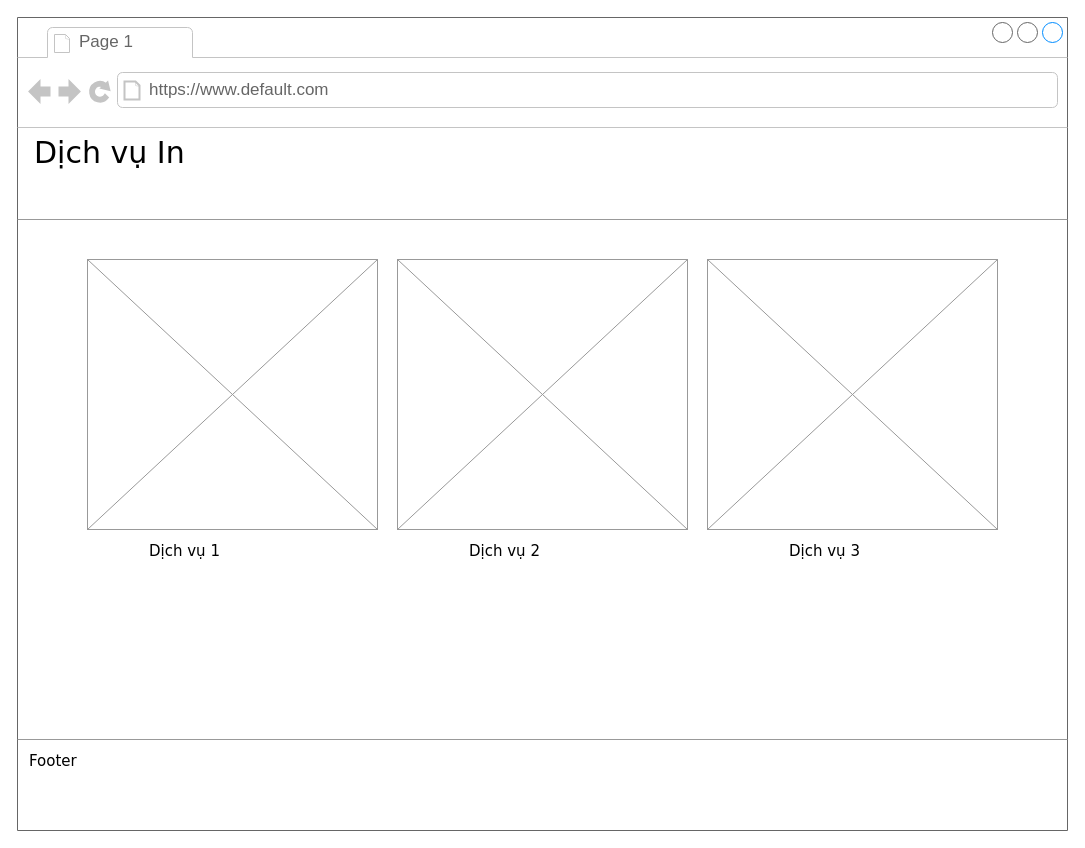
The draw.io diagram page "Trang: DS DV In" (4 of 7) of in123.vn/LayOut_in123.drawio in DzungHg/PHPProjects, before the edit. Source tidied: cells renumbered, new cells numbered last; positions are measured from the earlier drawing's top-left corner, leaving out a move shared by most shapes. Both pictures are drawn from the tidied source at 100%, with x=0, y=0 at pixel (17, 17).
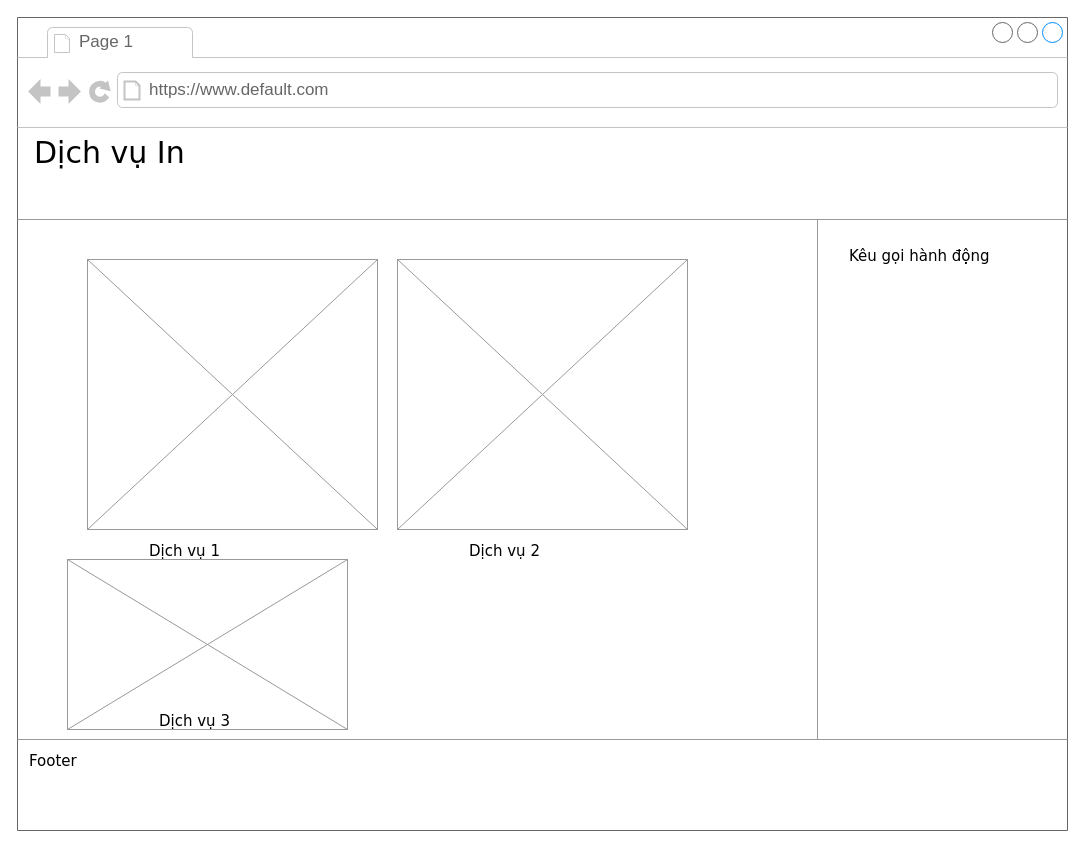
The same page after the edit.

Diff of the diagram source:
```diff
@@
 <mxGraphModel>
   <root>
     <mxCell id="0" />
     <mxCell id="1" parent="0" />
     <mxCell id="2" style="strokeWidth=1;shadow=0;dashed=0;align=center;html=1;shape=mxgraph.mockup.containers.browserWindow;rSize=0;fillColor=#ffffff;strokeColor=#666666;mainText=,;rounded=0;labelBackgroundColor=none;fontFamily=Verdana;fontSize=12;fontColor=#000000;" parent="1" vertex="1">
       <mxGeometry width="1050" height="813" as="geometry" />
     </mxCell>
     <mxCell id="3" value="Page 1" style="strokeWidth=1;shadow=0;dashed=0;align=center;html=1;shape=mxgraph.mockup.containers.anchor;fontSize=17;fontColor=#666666;align=left;" parent="1" vertex="1">
       <mxGeometry x="60" y="12" width="110" height="26" as="geometry" />
     </mxCell>
     <mxCell id="4" value="https://www.default.com" style="strokeWidth=1;shadow=0;dashed=0;align=center;html=1;shape=mxgraph.mockup.containers.anchor;rSize=0;fontSize=17;fontColor=#666666;align=left;" parent="1" vertex="1">
       <mxGeometry x="130" y="60" width="250" height="26" as="geometry" />
     </mxCell>
     <mxCell id="5" value="Dịch vụ In" style="text;html=1;align=left;verticalAlign=top;spacingTop=-4;fontSize=30;fontFamily=Verdana;fontColor=#000000;" parent="1" vertex="1">
       <mxGeometry x="15" y="115" width="340" height="50" as="geometry" />
     </mxCell>
     <mxCell id="6" style="verticalLabelPosition=bottom;shadow=0;dashed=0;align=center;html=1;verticalAlign=top;strokeWidth=1;shape=mxgraph.mockup.markup.line;strokeColor=#999999;rounded=0;labelBackgroundColor=none;fillColor=#ffffff;fontFamily=Verdana;fontSize=12;fontColor=#000000;" parent="1" vertex="1">
       <mxGeometry y="192" width="1050" height="20" as="geometry" />
     </mxCell>
     <mxCell id="7" style="verticalLabelPosition=bottom;shadow=0;dashed=0;align=center;html=1;verticalAlign=top;strokeWidth=1;shape=mxgraph.mockup.markup.line;strokeColor=#999999;rounded=0;labelBackgroundColor=none;fillColor=#ffffff;fontFamily=Verdana;fontSize=12;fontColor=#000000;" parent="1" vertex="1">
       <mxGeometry y="712" width="1050" height="20" as="geometry" />
     </mxCell>
     <mxCell id="8" value="Footer" style="text;html=1;align=left;verticalAlign=top;spacingTop=-4;fontSize=15;fontFamily=Verdana;fontColor=#000000;" parent="1" vertex="1">
       <mxGeometry x="10" y="732" width="170" height="30" as="geometry" />
     </mxCell>
     <mxCell id="9" style="verticalLabelPosition=bottom;shadow=0;dashed=0;align=center;html=1;verticalAlign=top;strokeWidth=1;shape=mxgraph.mockup.graphics.simpleIcon;strokeColor=#999999;fillColor=#ffffff;rounded=0;labelBackgroundColor=none;fontFamily=Verdana;fontSize=12;fontColor=#000000;" parent="1" vertex="1">
       <mxGeometry x="70" y="242" width="290" height="270" as="geometry" />
     </mxCell>
     <mxCell id="10" style="verticalLabelPosition=bottom;shadow=0;dashed=0;align=center;html=1;verticalAlign=top;strokeWidth=1;shape=mxgraph.mockup.graphics.simpleIcon;strokeColor=#999999;fillColor=#ffffff;rounded=0;labelBackgroundColor=none;fontFamily=Verdana;fontSize=12;fontColor=#000000;" parent="1" vertex="1">
       <mxGeometry x="380" y="242" width="290" height="270" as="geometry" />
     </mxCell>
     <mxCell id="11" style="verticalLabelPosition=bottom;shadow=0;dashed=0;align=center;html=1;verticalAlign=top;strokeWidth=1;shape=mxgraph.mockup.graphics.simpleIcon;strokeColor=#999999;fillColor=#ffffff;rounded=0;labelBackgroundColor=none;fontFamily=Verdana;fontSize=12;fontColor=#000000;" parent="1" vertex="1">
-      <mxGeometry x="690" y="242" width="290" height="270" as="geometry" />
+      <mxGeometry x="50" y="542" width="280" height="170" as="geometry" />
     </mxCell>
     <mxCell id="12" value="Dịch vụ 1" style="text;html=1;align=left;verticalAlign=top;spacingTop=-4;fontSize=15;fontFamily=Verdana;fontColor=#000000;" parent="1" vertex="1">
       <mxGeometry x="130" y="522" width="170" height="30" as="geometry" />
     </mxCell>
     <mxCell id="13" value="Dịch vụ 2" style="text;html=1;align=left;verticalAlign=top;spacingTop=-4;fontSize=15;fontFamily=Verdana;fontColor=#000000;" parent="1" vertex="1">
       <mxGeometry x="450" y="522" width="170" height="30" as="geometry" />
     </mxCell>
     <mxCell id="14" value="Dịch vụ 3" style="text;html=1;align=left;verticalAlign=top;spacingTop=-4;fontSize=15;fontFamily=Verdana;fontColor=#000000;" parent="1" vertex="1">
-      <mxGeometry x="770" y="522" width="170" height="30" as="geometry" />
+      <mxGeometry x="140" y="692" width="170" height="30" as="geometry" />
     </mxCell>
+    <mxCell id="15" style="verticalLabelPosition=bottom;shadow=0;dashed=0;align=center;html=1;verticalAlign=top;strokeWidth=1;shape=mxgraph.mockup.markup.line;strokeColor=#999999;rounded=0;labelBackgroundColor=none;fillColor=#ffffff;fontFamily=Verdana;fontSize=12;fontColor=#000000;direction=south;" parent="1" vertex="1">
+      <mxGeometry x="790" y="202" width="20" height="520" as="geometry" />
+    </mxCell>
+    <mxCell id="16" value="Kêu gọi hành động" style="text;html=1;align=left;verticalAlign=top;spacingTop=-4;fontSize=15;fontFamily=Verdana;fontColor=#000000;" parent="1" vertex="1">
+      <mxGeometry x="830" y="227" width="170" height="30" as="geometry" />
+    </mxCell>
   </root>
 </mxGraphModel>
```
